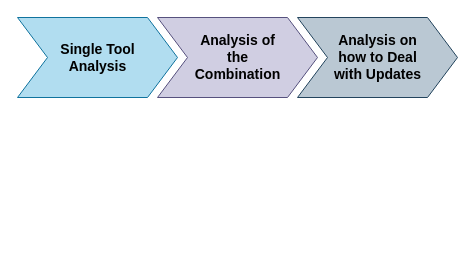
Before: documentation/Approach_Figure2.drawio in sableu/BDD4OQ, a draw.io diagram. Source tidied: cells renumbered, new cells numbered last; positions are measured from the earlier drawing's top-left corner, leaving out a move shared by most shapes. Both pictures are drawn from the tidied source at 100%, with x=0, y=0 at pixel (17, 17).
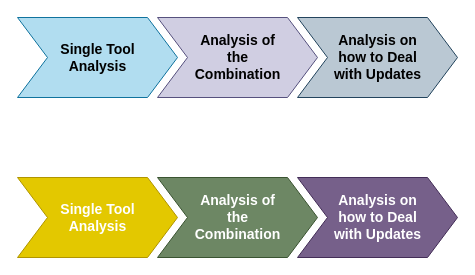
The same page after the edit.

What changed in the source:
```diff
@@
 <mxGraphModel>
   <root>
     <mxCell id="0" />
     <mxCell id="1" parent="0" />
     <mxCell id="2" value="&lt;span style=&quot;font-size: 14px&quot;&gt;&lt;b&gt;Single Tool&lt;br&gt;Analysis&lt;br&gt;&lt;/b&gt;&lt;/span&gt;" style="html=1;shadow=0;dashed=0;align=center;verticalAlign=middle;shape=mxgraph.arrows2.arrow;dy=0;dx=30;notch=30;fillColor=#b1ddf0;strokeColor=#10739e;" parent="1" vertex="1">
       <mxGeometry width="160" height="80" as="geometry" />
     </mxCell>
     <mxCell id="3" value="&lt;span style=&quot;font-size: 14px&quot;&gt;&lt;b&gt;Analysis of&lt;br&gt;the&lt;br&gt;Combination&lt;br&gt;&lt;/b&gt;&lt;/span&gt;" style="html=1;shadow=0;dashed=0;align=center;verticalAlign=middle;shape=mxgraph.arrows2.arrow;dy=0;dx=30;notch=30;fillColor=#d0cee2;strokeColor=#56517e;" parent="1" vertex="1">
       <mxGeometry x="140" width="160" height="80" as="geometry" />
     </mxCell>
     <mxCell id="4" value="&lt;span style=&quot;font-size: 14px&quot;&gt;&lt;b&gt;Analysis on&lt;br&gt;how to Deal&lt;br&gt;with Updates&lt;br&gt;&lt;/b&gt;&lt;/span&gt;" style="html=1;shadow=0;dashed=0;align=center;verticalAlign=middle;shape=mxgraph.arrows2.arrow;dy=0;dx=30;notch=30;fillColor=#bac8d3;strokeColor=#23445d;" parent="1" vertex="1">
       <mxGeometry x="280" width="160" height="80" as="geometry" />
     </mxCell>
+    <mxCell id="5" value="&lt;span style=&quot;font-size: 14px&quot;&gt;&lt;b&gt;Single Tool&lt;br&gt;Analysis&lt;br&gt;&lt;/b&gt;&lt;/span&gt;" style="html=1;shadow=0;dashed=0;align=center;verticalAlign=middle;shape=mxgraph.arrows2.arrow;dy=0;dx=30;notch=30;fillColor=#e3c800;strokeColor=#B09500;fontColor=#ffffff;" parent="1" vertex="1">
+      <mxGeometry y="160" width="160" height="80" as="geometry" />
+    </mxCell>
+    <mxCell id="6" value="&lt;span style=&quot;font-size: 14px&quot;&gt;&lt;b&gt;Analysis of&lt;br&gt;the&lt;br&gt;Combination&lt;br&gt;&lt;/b&gt;&lt;/span&gt;" style="html=1;shadow=0;dashed=0;align=center;verticalAlign=middle;shape=mxgraph.arrows2.arrow;dy=0;dx=30;notch=30;fillColor=#6d8764;strokeColor=#3A5431;fontColor=#ffffff;" parent="1" vertex="1">
+      <mxGeometry x="140" y="160" width="160" height="80" as="geometry" />
+    </mxCell>
+    <mxCell id="7" value="&lt;span style=&quot;font-size: 14px&quot;&gt;&lt;b&gt;Analysis on&lt;br&gt;how to Deal&lt;br&gt;with Updates&lt;br&gt;&lt;/b&gt;&lt;/span&gt;" style="html=1;shadow=0;dashed=0;align=center;verticalAlign=middle;shape=mxgraph.arrows2.arrow;dy=0;dx=30;notch=30;fillColor=#76608a;strokeColor=#432D57;fontColor=#ffffff;" parent="1" vertex="1">
+      <mxGeometry x="280" y="160" width="160" height="80" as="geometry" />
+    </mxCell>
   </root>
 </mxGraphModel>
```
